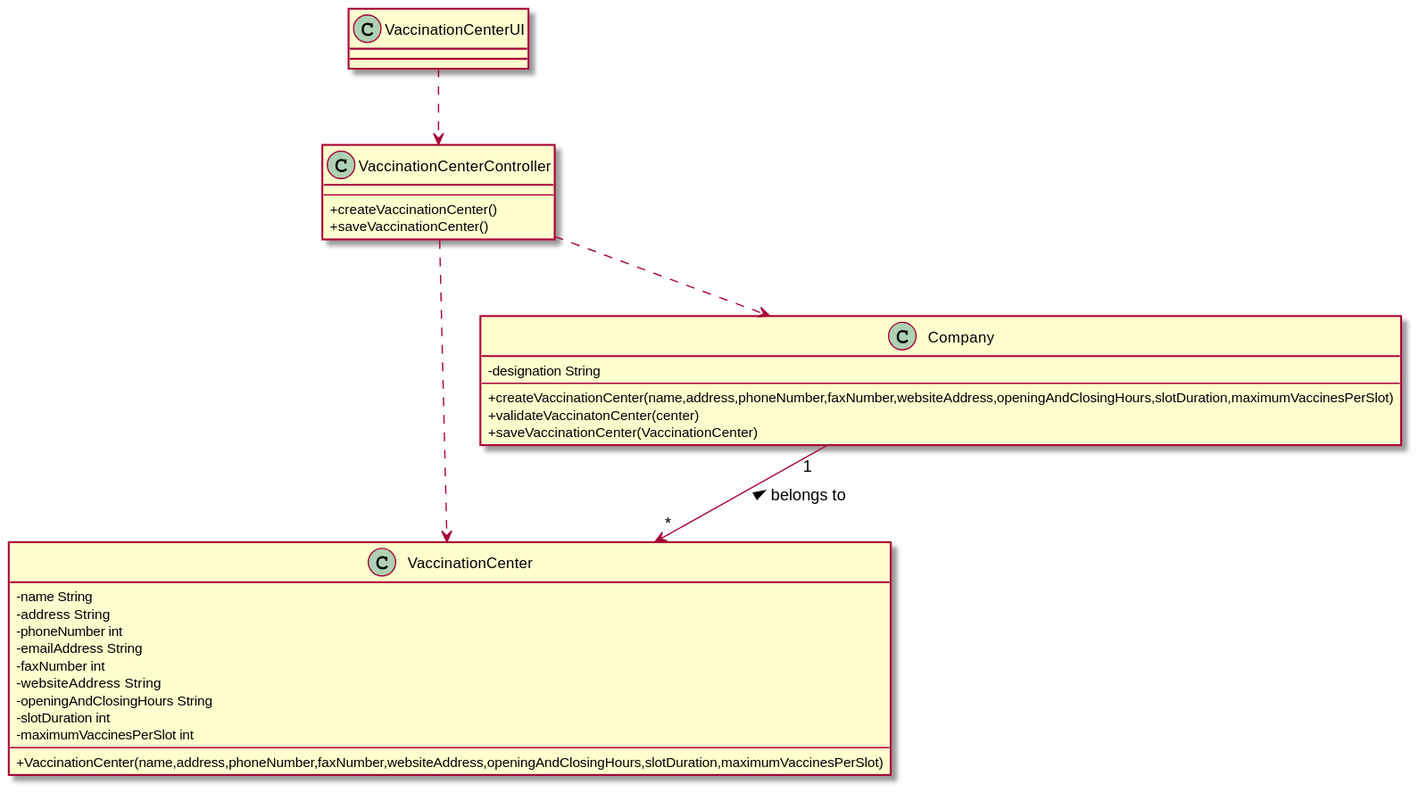
Earlier version of the PlantUML export docs/SprintB/US09/CD/US09_CD.svg (miseEnPlace-i/lapr2). Its diagram source:
```plantuml
@startuml US09_CD
skinparam classAttributeIconSize 0

class VaccinationCenter {
  - name String
  - address String
  - phoneNumber int
  - emailAddress String
  - faxNumber int
  - websiteAddress String
  - openingAndClosingHours String
  - slotDuration int
  - maximumVaccinesPerSlot int
  ---
 +VaccinationCenter(name,address,phoneNumber,faxNumber,websiteAddress,openingAndClosingHours,slotDuration,maximumVaccinesPerSlot)
}


class Company {
  -designation String
  ---
  +createVaccinationCenter(name,address,phoneNumber,faxNumber,websiteAddress,openingAndClosingHours,slotDuration,maximumVaccinesPerSlot)
  +validateVaccinatonCenter(center)
  +saveVaccinationCenter(VaccinationCenter)
}

class VaccinationCenterController {
  ---
  +createVaccinationCenter()
  +saveVaccinationCenter()
}

class VaccinationCenterUI {}

VaccinationCenterUI ..> VaccinationCenterController
VaccinationCenterController ..> Company
Company "1" --> "*" VaccinationCenter : belongs to <
VaccinationCenterController ..> VaccinationCenter

@enduml
```
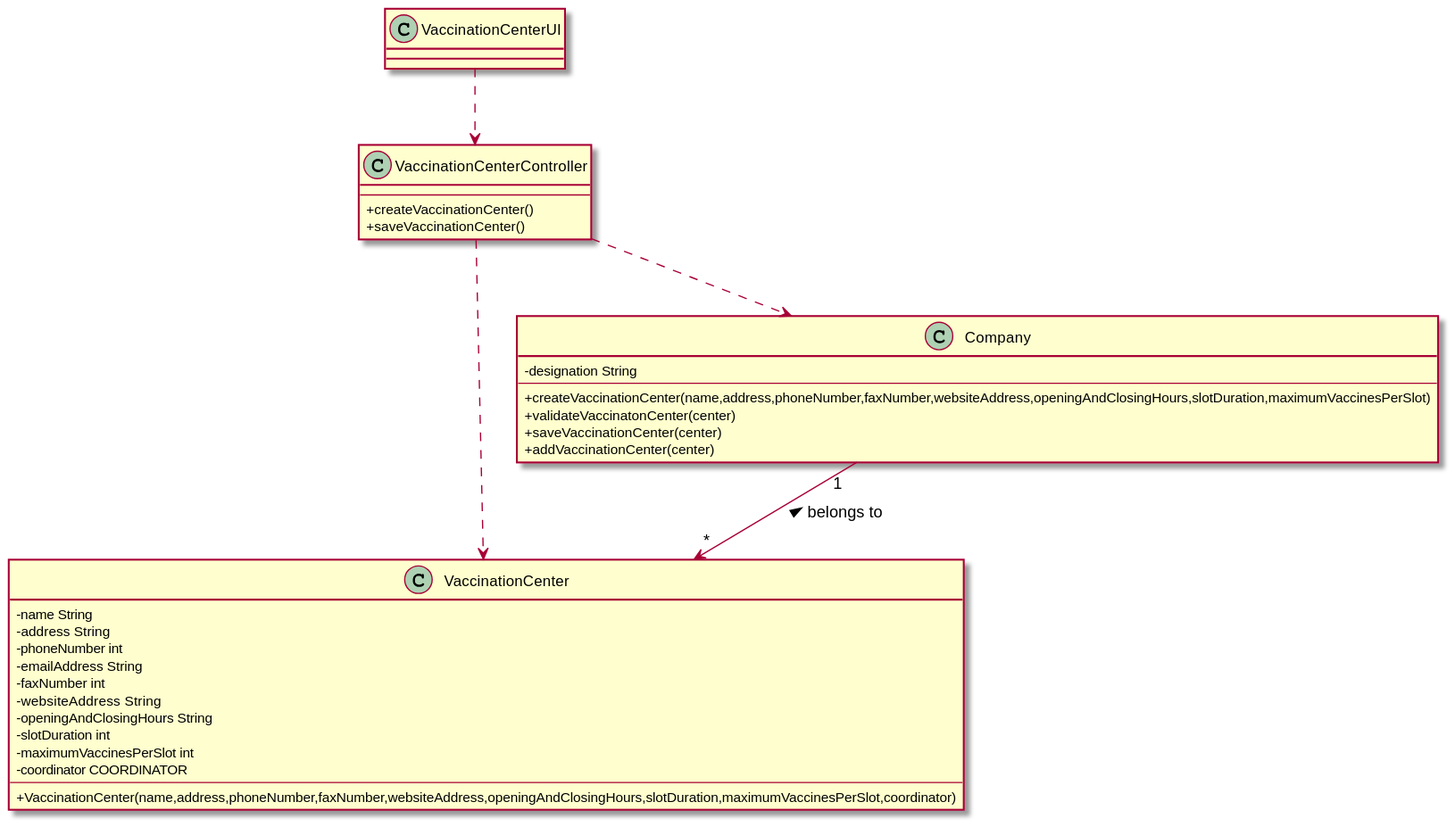
After the commit.

What changed in the source:
```diff
@@ -11,8 +11,9 @@
   - openingAndClosingHours String
   - slotDuration int
   - maximumVaccinesPerSlot int
+  - coordinator COORDINATOR
   ---
- +VaccinationCenter(name,address,phoneNumber,faxNumber,websiteAddress,openingAndClosingHours,slotDuration,maximumVaccinesPerSlot)
+ +VaccinationCenter(name,address,phoneNumber,faxNumber,websiteAddress,openingAndClosingHours,slotDuration,maximumVaccinesPerSlot,coordinator)
 }
 
 
@@ -21,7 +22,8 @@
   ---
   +createVaccinationCenter(name,address,phoneNumber,faxNumber,websiteAddress,openingAndClosingHours,slotDuration,maximumVaccinesPerSlot)
   +validateVaccinatonCenter(center)
-  +saveVaccinationCenter(VaccinationCenter)
+  +saveVaccinationCenter(center)
+  +addVaccinationCenter(center)
 }
 
 class VaccinationCenterController {
```
